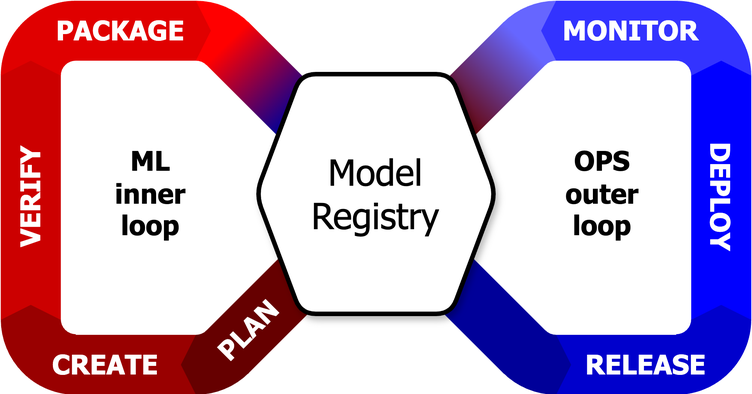
This is content/en/docs/components/model-registry/images/MLloopinnerouter.png from kubeflow/website, a draw.io export, as it was before one commit. Source tidied: cells renumbered, new cells last; positions are measured from the earlier drawing's top-left corner, leaving out a move shared by most shapes.
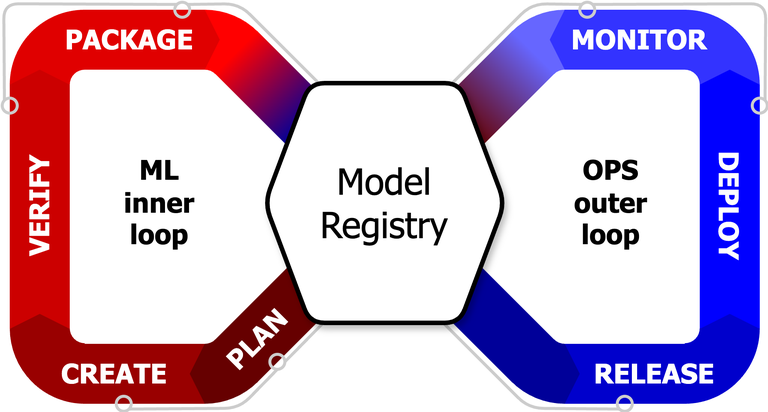
Later version of the same file.

Commit message:
implement review feedback on diagram

Change to the diagram source:
```diff
@@ -2,6 +2,35 @@
   <root>
     <mxCell id="0" />
     <mxCell id="1" parent="0" />
+    <mxCell id="37" style="endArrow=none;html=1;rounded=1;entryX=0;entryY=1;entryDx=0;entryDy=0;curved=0;strokeColor=#CCCCCC;strokeWidth=2;" parent="1" edge="1" target="49">
+      <mxGeometry relative="1" as="geometry">
+        <mxPoint x="346" y="204" as="sourcePoint" />
+        <Array as="points">
+          <mxPoint x="408" y="266" />
+        </Array>
+      </mxGeometry>
+    </mxCell>
+    <mxCell id="38" style="endArrow=none;html=1;rounded=1;entryX=0;entryY=0;entryDx=0;entryDy=0;strokeWidth=2;strokeColor=#CCCCCC;curved=0;" parent="1" edge="1" target="47">
+      <mxGeometry relative="1" as="geometry">
+        <mxPoint x="349" y="57" as="sourcePoint" />
+        <Array as="points">
+          <mxPoint x="410" y="-4" />
+        </Array>
+      </mxGeometry>
+    </mxCell>
+    <mxCell id="39" style="endArrow=none;html=1;rounded=0;exitX=1;exitY=0.5;exitDx=0;exitDy=0;strokeColor=#CCCCCC;strokeWidth=2;" parent="1" edge="1" source="45">
+      <mxGeometry relative="1" as="geometry">
+        <mxPoint x="276" y="204" as="targetPoint" />
+      </mxGeometry>
+    </mxCell>
+    <mxCell id="40" style="endArrow=none;html=1;rounded=1;exitX=1;exitY=0;exitDx=0;exitDy=0;curved=0;strokeColor=#CCCCCC;shadow=0;strokeWidth=2;" parent="1" edge="1" source="41">
+      <mxGeometry relative="1" as="geometry">
+        <mxPoint x="273" y="54" as="targetPoint" />
+        <Array as="points">
+          <mxPoint x="215" y="-4" />
+        </Array>
+      </mxGeometry>
+    </mxCell>
     <mxCell id="2" style="rounded=0;whiteSpace=wrap;html=1;rotation=-45;strokeColor=none;fillColor=#660000;" parent="1" vertex="1">
       <mxGeometry x="200.4" y="185" width="84" height="40" as="geometry" />
     </mxCell>
@@ -107,5 +136,47 @@
     <mxCell id="36" value="PLAN" style="rounded=0;whiteSpace=wrap;html=1;rotation=-45;fillColor=none;strokeColor=none;fontSize=18;fontStyle=1;fontFamily=Tahoma;fontColor=#FFFFFF;" parent="1" vertex="1">
       <mxGeometry x="187" y="200" width="80" height="40" as="geometry" />
     </mxCell>
+    <mxCell id="41" style="ellipse;whiteSpace=wrap;html=1;fillColor=none;strokeColor=#CCCCCC;shadow=0;strokeWidth=2;" parent="1" vertex="1">
+      <mxGeometry x="172" y="-5" width="10" height="10" as="geometry" />
+    </mxCell>
+    <mxCell id="42" style="ellipse;whiteSpace=wrap;html=1;fillColor=none;strokeColor=#CCCCCC;shadow=0;strokeWidth=2;" parent="1" vertex="1">
+      <mxGeometry x="57" y="59" width="10" height="10" as="geometry" />
+    </mxCell>
+    <mxCell id="43" style="endArrow=none;html=1;rounded=1;entryX=0;entryY=0;entryDx=0;entryDy=0;strokeColor=#CCCCCC;exitX=0;exitY=0;exitDx=0;exitDy=0;jumpStyle=none;curved=0;shadow=0;strokeWidth=2;" parent="1" edge="1" source="42" target="41">
+      <mxGeometry relative="1" as="geometry">
+        <Array as="points">
+          <mxPoint x="58" y="-4" />
+        </Array>
+      </mxGeometry>
+    </mxCell>
+    <mxCell id="44" style="ellipse;whiteSpace=wrap;html=1;fillColor=none;strokeColor=#CCCCCC;shadow=0;strokeWidth=2;" parent="1" vertex="1">
+      <mxGeometry x="133" y="258" width="10" height="10" as="geometry" />
+    </mxCell>
+    <mxCell id="45" style="ellipse;whiteSpace=wrap;html=1;fillColor=none;strokeColor=#CCCCCC;shadow=0;strokeWidth=2;" parent="1" vertex="1">
+      <mxGeometry x="235.4" y="230" width="10" height="10" as="geometry" />
+    </mxCell>
+    <mxCell id="46" style="endArrow=none;html=1;rounded=1;exitX=1;exitY=1;exitDx=0;exitDy=0;entryX=0.5;entryY=1;entryDx=0;entryDy=0;curved=0;strokeColor=#CCCCCC;strokeWidth=2;" parent="1" edge="1" source="44" target="45">
+      <mxGeometry relative="1" as="geometry">
+        <Array as="points">
+          <mxPoint x="215" y="266" />
+        </Array>
+      </mxGeometry>
+    </mxCell>
+    <mxCell id="47" style="ellipse;whiteSpace=wrap;html=1;fillColor=none;strokeColor=#CCCCCC;shadow=0;strokeWidth=2;" parent="1" vertex="1">
+      <mxGeometry x="442" y="-5" width="10" height="10" as="geometry" />
+    </mxCell>
+    <mxCell id="48" style="ellipse;whiteSpace=wrap;html=1;fillColor=none;strokeColor=#CCCCCC;shadow=0;strokeWidth=2;" parent="1" vertex="1">
+      <mxGeometry x="557" y="59" width="10" height="10" as="geometry" />
+    </mxCell>
+    <mxCell id="49" style="ellipse;whiteSpace=wrap;html=1;fillColor=none;strokeColor=#CCCCCC;shadow=0;strokeWidth=2;" parent="1" vertex="1">
+      <mxGeometry x="467" y="258" width="10" height="10" as="geometry" />
+    </mxCell>
+    <mxCell id="50" style="endArrow=none;html=1;rounded=1;exitX=1;exitY=0;exitDx=0;exitDy=0;entryX=1;entryY=0;entryDx=0;entryDy=0;curved=0;strokeWidth=2;strokeColor=#CCCCCC;" parent="1" edge="1" source="47" target="48">
+      <mxGeometry relative="1" as="geometry">
+        <Array as="points">
+          <mxPoint x="566" y="-4" />
+        </Array>
+      </mxGeometry>
+    </mxCell>
   </root>
 </mxGraphModel>
```
